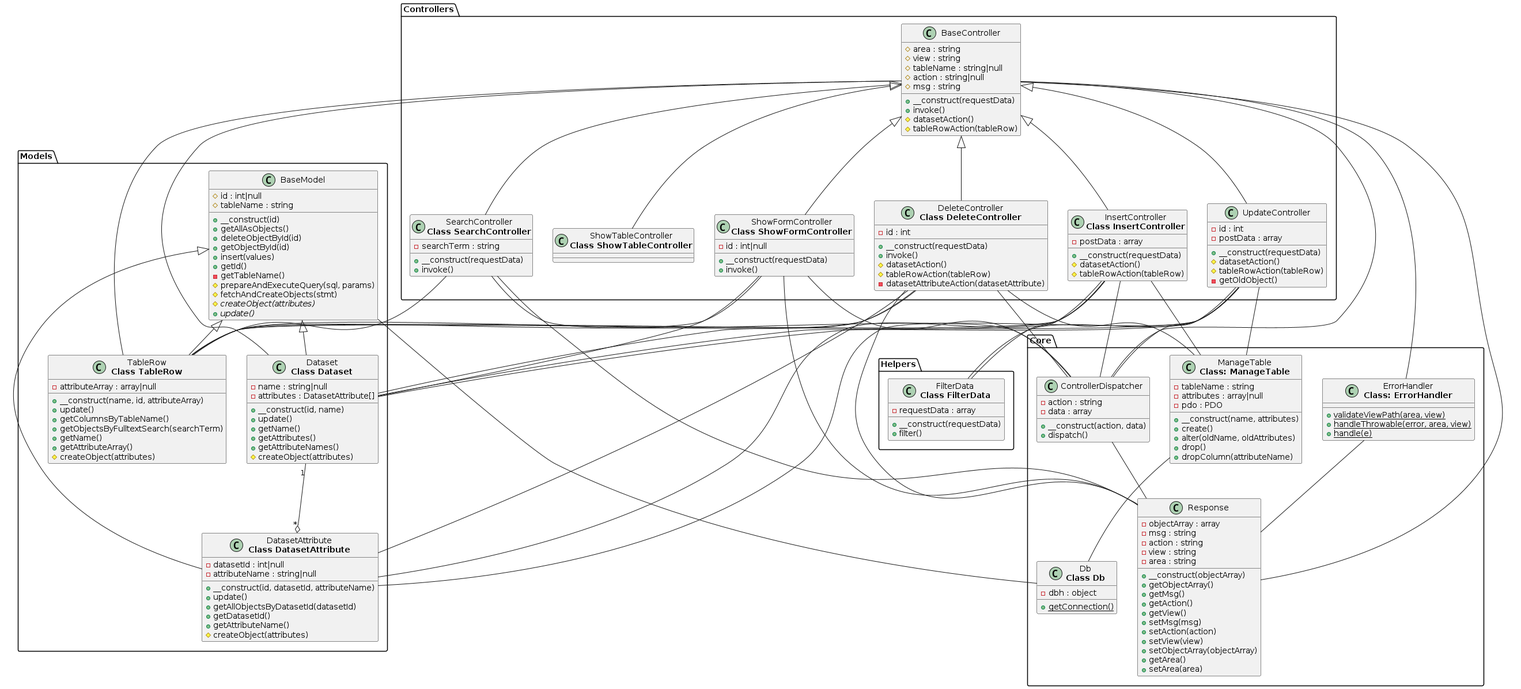
Above: doc/UMLClassDiagram.png in 23b00t/tableCreator (PlantUML), before the change.
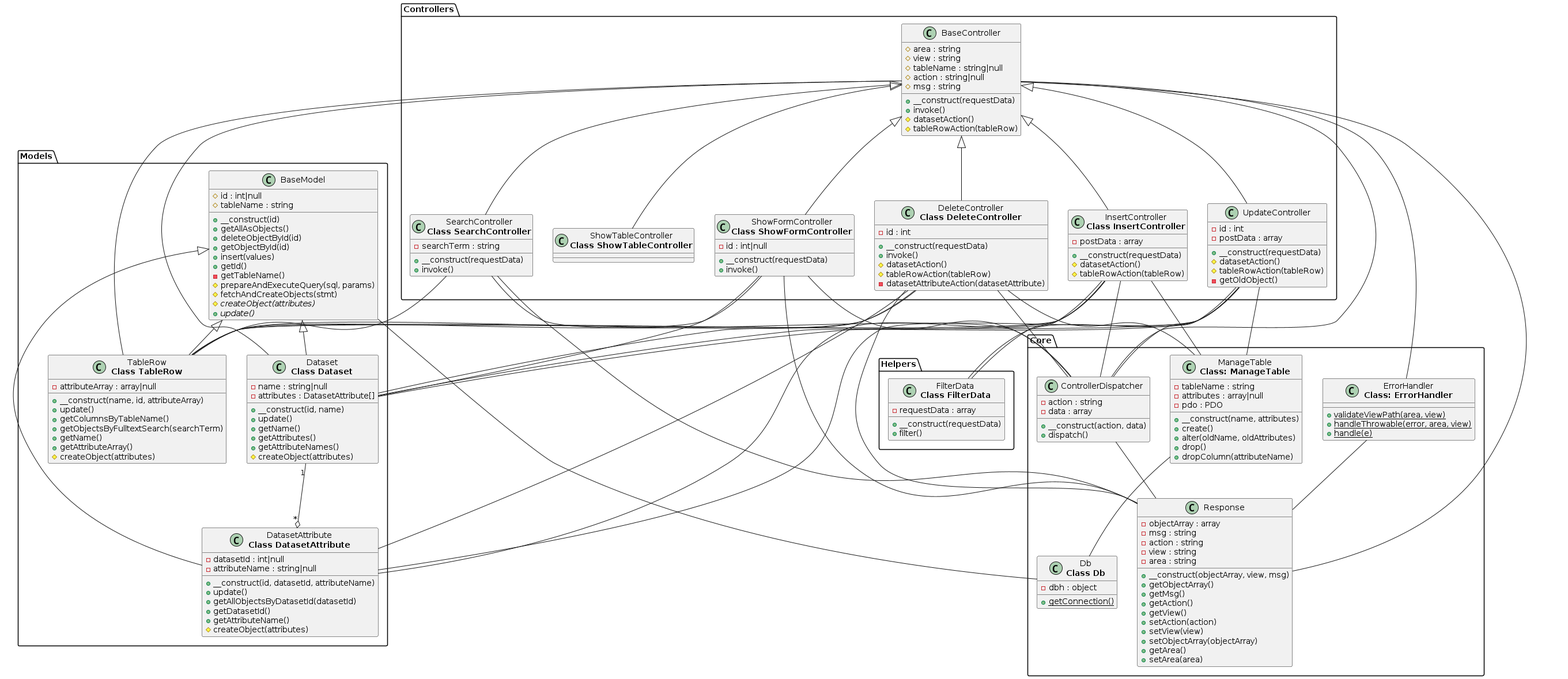
After the change.

Commit message:
Response: added $view and $msg to constructor; removed setMsg; changes on dependencies

The edit, as a diff of the source:
```diff
@@ -10,12 +10,11 @@
       -action : string
       -view : string
       -area : string
-      +__construct(objectArray)
+      +__construct(objectArray, view, msg)
       +getObjectArray()
       +getMsg()
       +getAction()
       +getView()
-      +setMsg(msg)
       +setAction(action)
       +setView(view)
       +setObjectArray(objectArray)
```
